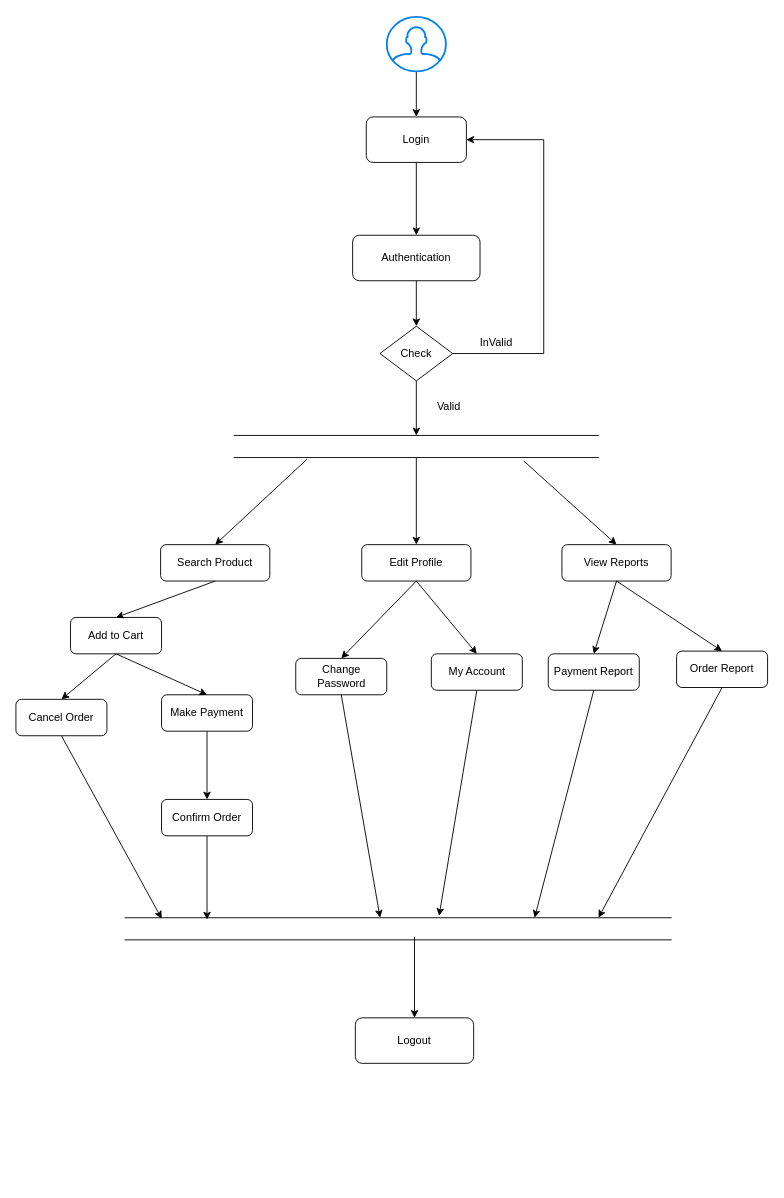
The draw.io diagram Диаграмма без названия.drawio in qosimjon123/example, before the edit. Source tidied: cells renumbered, new cells numbered last; positions are measured from the earlier drawing's top-left corner, leaving out a move shared by most shapes. Both pictures are drawn from the tidied source at 91%, with x=0, y=0 at pixel (15, 16).
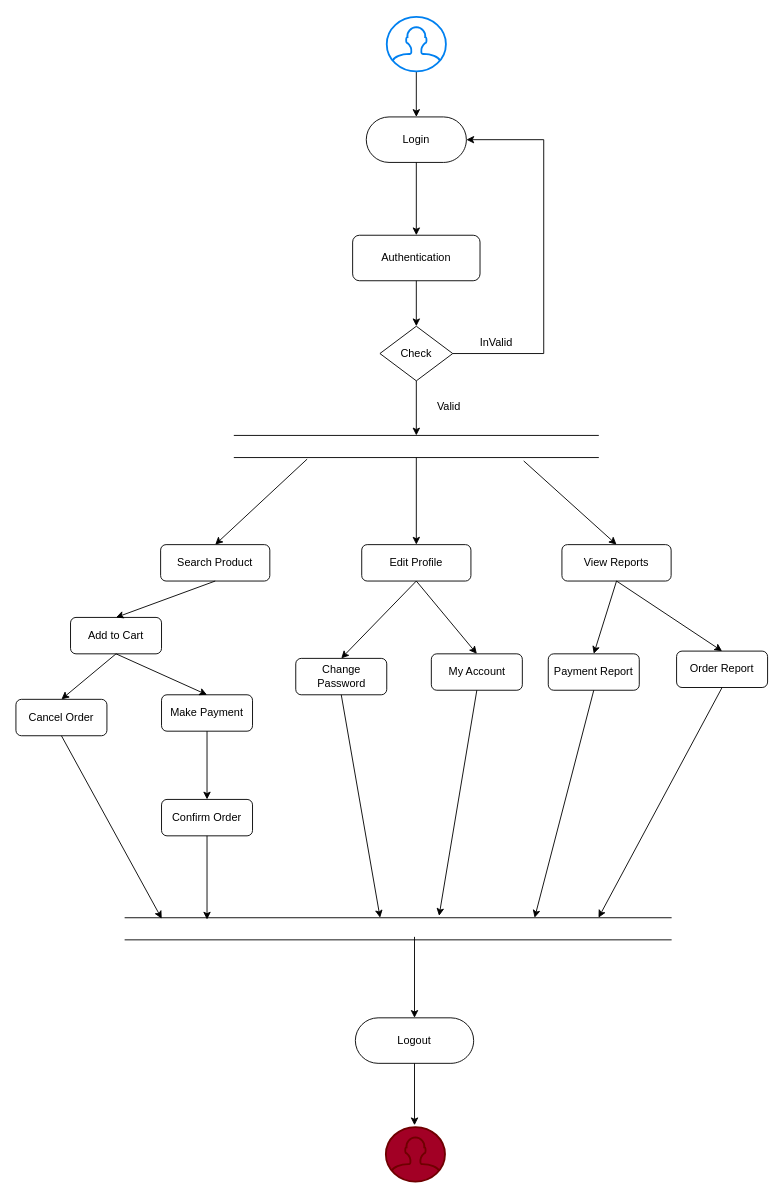
Above is the later version.

Commit message:
User beta version fulfilled

What changed in the source:
```diff
@@
-    <mxCell id="2" value="Login" style="rounded=1;whiteSpace=wrap;fillColor=#FFFFFF;strokeColor=#000000;" parent="1" vertex="1">
+    <mxCell id="2" value="Login" style="html=1;dashed=0;whiteSpace=wrap;shape=mxgraph.dfd.start;" parent="1" vertex="1">
       <mxGeometry x="385" y="110" width="110" height="50" as="geometry" />
     </mxCell>
@@
-    <mxCell id="9" value="Logout" style="rounded=1;whiteSpace=wrap;fillColor=#FFFFFF;strokeColor=#000000;" parent="1" vertex="1">
+    <mxCell id="9" value="Logout" style="html=1;dashed=0;whiteSpace=wrap;shape=mxgraph.dfd.start;" parent="1" vertex="1">
       <mxGeometry x="373" y="1100" width="130" height="50" as="geometry" />
     </mxCell>
@@
+    <mxCell id="46" style="html=1;verticalLabelPosition=bottom;align=center;labelBackgroundColor=#ffffff;verticalAlign=top;strokeWidth=2;strokeColor=#6F0000;shadow=0;dashed=0;shape=mxgraph.ios7.icons.user;fillColor=light-dark(#A20025,#CC0000);fontColor=#ffffff;" parent="1" vertex="1">
+      <mxGeometry x="406.5" y="1220" width="65" height="60" as="geometry" />
+    </mxCell>
+    <mxCell id="47" style="endArrow=classic;html=1;rounded=0;exitX=0.5;exitY=0.5;exitDx=0;exitDy=25;exitPerimeter=0;entryX=0.485;entryY=-0.033;entryDx=0;entryDy=0;entryPerimeter=0;" parent="1" edge="1" source="9" target="46">
+      <mxGeometry relative="1" as="geometry" />
+    </mxCell>
```
